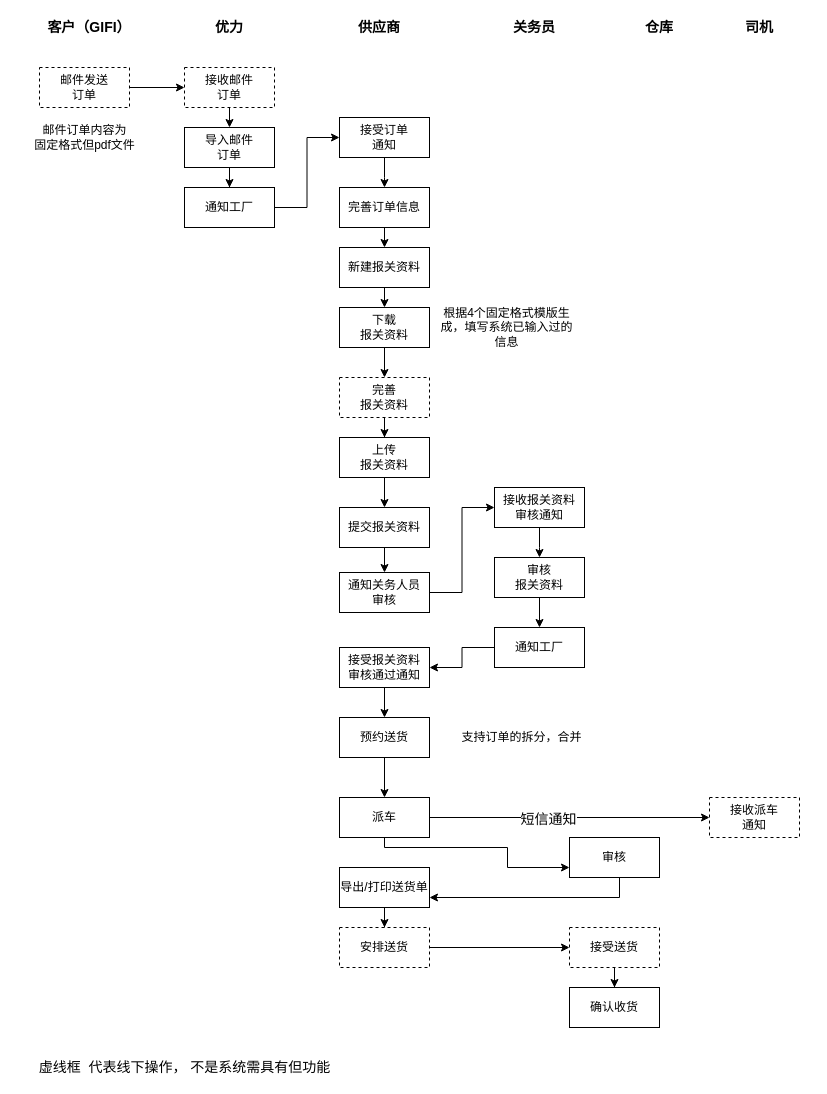
Before: page "业务流程图" (1 of 6) of shrine-doc/进区预约系统.drawio in easefulfil/CLOUDCARE, a draw.io diagram. Source tidied: cells renumbered, new cells numbered last; positions are measured from the earlier drawing's top-left corner, leaving out a move shared by most shapes. Both pictures are drawn from the tidied source at 100%, with x=0, y=0 at pixel (17, 17).
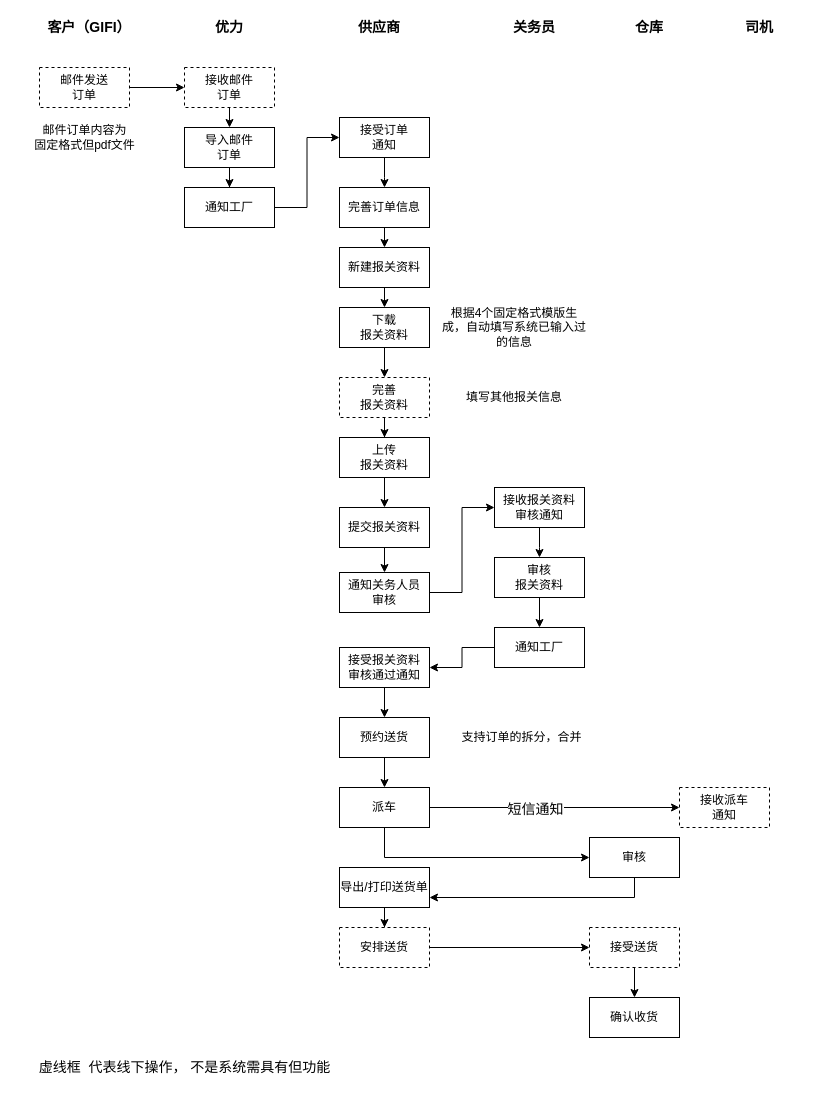
Above is the later version.

Unchanged cells that the change refers to:
```xml
<mxCell id="43" value="导出/打印送货单" style="rounded=0;whiteSpace=wrap;html=1;" parent="1" vertex="1">
  <mxGeometry x="322" y="850" width="90" height="40" as="geometry" />
</mxCell>
```

The edit, as a diff of the source:
```diff
@@
-    <mxCell id="40" style="edgeStyle=orthogonalEdgeStyle;rounded=0;jettySize=auto;html=1;entryX=0;entryY=0.75;entryDx=0;entryDy=0;" parent="1" edge="1" source="41" target="57">
+    <mxCell id="40" style="edgeStyle=orthogonalEdgeStyle;rounded=0;jettySize=auto;html=1;entryX=0;entryY=0.5;entryDx=0;entryDy=0;" parent="1" edge="1" source="41" target="57">
       <mxGeometry relative="1" as="geometry">
         <Array as="points">
-          <mxPoint x="367" y="830" />
-          <mxPoint x="490" y="830" />
-          <mxPoint x="490" y="850" />
+          <mxPoint x="367" y="840" />
         </Array>
       </mxGeometry>
     </mxCell>
     <mxCell id="41" value="派车" style="rounded=0;whiteSpace=wrap;html=1;" parent="1" vertex="1">
-      <mxGeometry x="322" y="780" width="90" height="40" as="geometry" />
+      <mxGeometry x="322" y="770" width="90" height="40" as="geometry" />
     </mxCell>
@@
     <mxCell id="44" value="仓库" style="text;html=1;strokeColor=none;fillColor=none;align=center;verticalAlign=middle;whiteSpace=wrap;rounded=0;fontSize=14;fontStyle=1;" parent="1" vertex="1">
-      <mxGeometry x="592" width="100" height="20" as="geometry" />
+      <mxGeometry x="582" width="100" height="20" as="geometry" />
     </mxCell>
@@
     <mxCell id="48" value="接受送货" style="rounded=0;whiteSpace=wrap;html=1;dashed=1;" parent="1" vertex="1">
-      <mxGeometry x="552" y="910" width="90" height="40" as="geometry" />
+      <mxGeometry x="572" y="910" width="90" height="40" as="geometry" />
     </mxCell>
     <mxCell id="49" value="确认收货" style="rounded=0;whiteSpace=wrap;html=1;" parent="1" vertex="1">
-      <mxGeometry x="552" y="970" width="90" height="40" as="geometry" />
+      <mxGeometry x="572" y="980" width="90" height="40" as="geometry" />
     </mxCell>
@@
-    <mxCell id="51" value="根据4个固定格式模版生成，填写系统已输入过的信息" style="text;html=1;strokeColor=none;fillColor=none;align=center;verticalAlign=middle;whiteSpace=wrap;rounded=0;" parent="1" vertex="1">
-      <mxGeometry x="422" y="300" width="135" height="20" as="geometry" />
+    <mxCell id="51" value="根据4个固定格式模版生成，自动填写系统已输入过的信息" style="text;html=1;strokeColor=none;fillColor=none;align=center;verticalAlign=middle;whiteSpace=wrap;rounded=0;" parent="1" vertex="1">
+      <mxGeometry x="422" y="300" width="150" height="20" as="geometry" />
     </mxCell>
@@
     <mxCell id="54" value="接收派车&lt;br&gt;通知" style="rounded=0;whiteSpace=wrap;html=1;dashed=1;" parent="1" vertex="1">
-      <mxGeometry x="692" y="780" width="90" height="40" as="geometry" />
+      <mxGeometry x="662" y="770" width="90" height="40" as="geometry" />
     </mxCell>
@@
     <mxCell id="56" style="edgeStyle=orthogonalEdgeStyle;rounded=0;jettySize=auto;html=1;entryX=1;entryY=0.75;entryDx=0;entryDy=0;" parent="1" edge="1" source="57" target="43">
       <mxGeometry relative="1" as="geometry">
         <Array as="points">
-          <mxPoint x="602" y="880" />
+          <mxPoint x="617" y="880" />
         </Array>
       </mxGeometry>
     </mxCell>
     <mxCell id="57" value="审核" style="rounded=0;whiteSpace=wrap;html=1;" parent="1" vertex="1">
-      <mxGeometry x="552" y="820" width="90" height="40" as="geometry" />
+      <mxGeometry x="572" y="820" width="90" height="40" as="geometry" />
     </mxCell>
@@
+    <mxCell id="60" value="填写其他报关信息" style="text;html=1;strokeColor=none;fillColor=none;align=center;verticalAlign=middle;whiteSpace=wrap;rounded=0;" parent="1" vertex="1">
+      <mxGeometry x="422" y="370" width="150" height="20" as="geometry" />
+    </mxCell>
```
